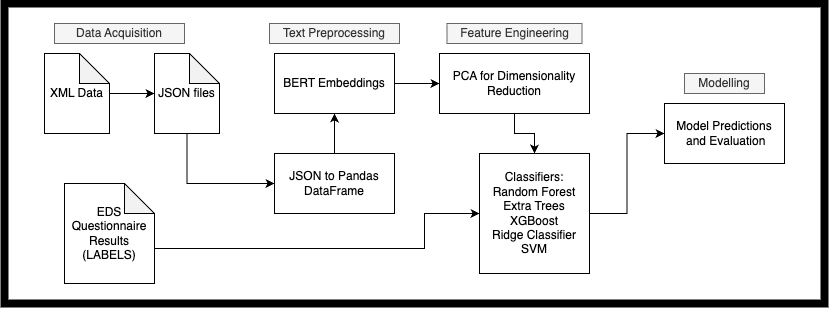
This is Task3Pipeline.png from dsgt-kaggle-clef/erisk-2024-working-notes, a draw.io export, as it was before one commit. Source tidied: cells renumbered, new cells last; positions are measured from the earlier drawing's top-left corner, leaving out a move shared by most shapes. Source of this version:
```xml
<mxGraphModel>
  <root>
    <mxCell id="0" />
    <mxCell id="1" parent="0" />
    <mxCell id="2" style="whiteSpace=wrap;html=1;strokeWidth=8;" parent="1" vertex="1">
      <mxGeometry width="820" height="300" as="geometry" />
    </mxCell>
    <mxCell id="3" value="XML Data" style="shape=note;whiteSpace=wrap;html=1;backgroundOutline=1;darkOpacity=0.05;" parent="1" vertex="1">
      <mxGeometry x="40" y="50" width="65" height="80" as="geometry" />
    </mxCell>
    <mxCell id="4" value="JSON files" style="shape=note;whiteSpace=wrap;html=1;backgroundOutline=1;darkOpacity=0.05;" parent="1" vertex="1">
      <mxGeometry x="150" y="50" width="65" height="80" as="geometry" />
    </mxCell>
    <mxCell id="5" value="BERT Embeddings" style="rounded=0;whiteSpace=wrap;html=1;" parent="1" vertex="1">
      <mxGeometry x="270" y="50" width="120" height="60" as="geometry" />
    </mxCell>
    <mxCell id="6" value="JSON to Pandas DataFrame" style="rounded=0;whiteSpace=wrap;html=1;" parent="1" vertex="1">
      <mxGeometry x="270" y="150" width="120" height="60" as="geometry" />
    </mxCell>
    <mxCell id="7" value="PCA for Dimensionality Reduction" style="rounded=0;whiteSpace=wrap;html=1;" parent="1" vertex="1">
      <mxGeometry x="435" y="50" width="150" height="60" as="geometry" />
    </mxCell>
    <mxCell id="8" value="Model Predictions&lt;div&gt;&amp;nbsp;and Evaluation&lt;/div&gt;" style="rounded=0;whiteSpace=wrap;html=1;" parent="1" vertex="1">
      <mxGeometry x="660" y="100" width="120" height="60" as="geometry" />
    </mxCell>
    <mxCell id="9" value="EDS Questionnaire Results (LABELS)" style="shape=note;whiteSpace=wrap;html=1;backgroundOutline=1;darkOpacity=0.05;" parent="1" vertex="1">
      <mxGeometry x="60" y="180" width="90" height="100" as="geometry" />
    </mxCell>
    <mxCell id="10" style="endArrow=classic;html=1;rounded=0;entryX=0;entryY=0.5;entryDx=0;entryDy=0;entryPerimeter=0;" parent="1" edge="1" source="3" target="4">
      <mxGeometry relative="1" as="geometry" />
    </mxCell>
    <mxCell id="11" style="endArrow=classic;html=1;rounded=0;entryX=0;entryY=0.5;entryDx=0;entryDy=0;exitX=0.5;exitY=1;exitDx=0;exitDy=0;exitPerimeter=0;edgeStyle=orthogonalEdgeStyle;" parent="1" edge="1" source="4" target="6">
      <mxGeometry relative="1" as="geometry" />
    </mxCell>
    <mxCell id="12" style="endArrow=classic;html=1;rounded=0;exitX=0.5;exitY=0;exitDx=0;exitDy=0;entryX=0.5;entryY=1;entryDx=0;entryDy=0;" parent="1" edge="1" source="6" target="5">
      <mxGeometry relative="1" as="geometry" />
    </mxCell>
    <mxCell id="13" style="endArrow=classic;html=1;rounded=0;exitX=1;exitY=0.5;exitDx=0;exitDy=0;entryX=0;entryY=0.5;entryDx=0;entryDy=0;" parent="1" edge="1" source="5" target="7">
      <mxGeometry relative="1" as="geometry" />
    </mxCell>
    <mxCell id="14" value="&lt;div style=&quot;&quot;&gt;&lt;span style=&quot;background-color: initial;&quot;&gt;Classifiers:&lt;/span&gt;&lt;br&gt;&lt;/div&gt;&lt;div style=&quot;&quot;&gt;Random Forest&lt;/div&gt;&lt;div style=&quot;&quot;&gt;Extra Trees&lt;/div&gt;&lt;div style=&quot;&quot;&gt;XGBoost&lt;/div&gt;&lt;div style=&quot;&quot;&gt;Ridge Classifier&lt;/div&gt;&lt;div style=&quot;&quot;&gt;SVM&lt;/div&gt;" style="rounded=0;whiteSpace=wrap;html=1;align=center;" parent="1" vertex="1">
      <mxGeometry x="475" y="150" width="110" height="120" as="geometry" />
    </mxCell>
    <mxCell id="15" style="endArrow=classic;html=1;rounded=0;edgeStyle=orthogonalEdgeStyle;exitX=0;exitY=0;exitDx=90;exitDy=65;exitPerimeter=0;entryX=0;entryY=0.5;entryDx=0;entryDy=0;" parent="1" edge="1" source="9" target="14">
      <mxGeometry relative="1" as="geometry">
        <Array as="points">
          <mxPoint x="420" y="245" />
          <mxPoint x="420" y="210" />
        </Array>
      </mxGeometry>
    </mxCell>
    <mxCell id="16" style="endArrow=classic;html=1;rounded=0;exitX=0.5;exitY=1;exitDx=0;exitDy=0;entryX=0.5;entryY=0;entryDx=0;entryDy=0;edgeStyle=orthogonalEdgeStyle;" parent="1" edge="1" source="7" target="14">
      <mxGeometry relative="1" as="geometry" />
    </mxCell>
    <mxCell id="17" style="endArrow=classic;html=1;rounded=0;exitX=1;exitY=0.5;exitDx=0;exitDy=0;entryX=0;entryY=0.5;entryDx=0;entryDy=0;edgeStyle=orthogonalEdgeStyle;" parent="1" edge="1" source="14" target="8">
      <mxGeometry relative="1" as="geometry" />
    </mxCell>
    <mxCell id="18" value="Data Acquisition" style="text;align=center;html=1;verticalAlign=middle;whiteSpace=wrap;rounded=0;fillColor=#f5f5f5;fontColor=#333333;strokeColor=#666666;" parent="1" vertex="1">
      <mxGeometry x="50" y="20" width="130" height="20" as="geometry" />
    </mxCell>
    <mxCell id="19" value="Text Preprocessing" style="text;align=center;html=1;verticalAlign=middle;whiteSpace=wrap;rounded=0;fillColor=#f5f5f5;fontColor=#333333;strokeColor=#666666;" parent="1" vertex="1">
      <mxGeometry x="265" y="20" width="130" height="20" as="geometry" />
    </mxCell>
    <mxCell id="20" value="Feature Engineering" style="text;align=center;html=1;verticalAlign=middle;whiteSpace=wrap;rounded=0;fillColor=#f5f5f5;fontColor=#333333;strokeColor=#666666;" parent="1" vertex="1">
      <mxGeometry x="442.5" y="20" width="135" height="20" as="geometry" />
    </mxCell>
    <mxCell id="21" value="Modelling" style="text;align=center;html=1;verticalAlign=middle;whiteSpace=wrap;rounded=0;fillColor=#f5f5f5;fontColor=#333333;strokeColor=#666666;" parent="1" vertex="1">
      <mxGeometry x="680" y="70" width="80" height="20" as="geometry" />
    </mxCell>
  </root>
</mxGraphModel>
```
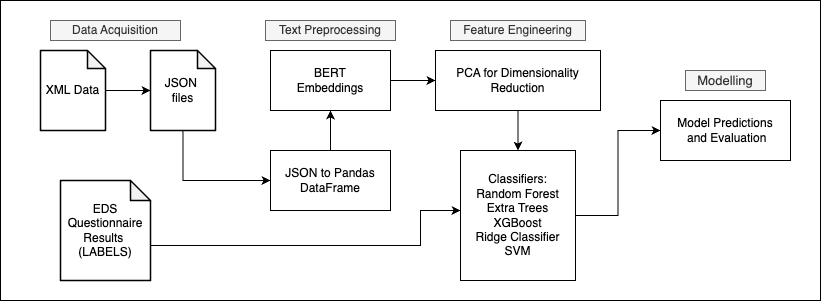
Later version of the same file.

What changed in the source:
```diff
@@ -2,28 +2,28 @@
   <root>
     <mxCell id="0" />
     <mxCell id="1" parent="0" />
-    <mxCell id="2" style="whiteSpace=wrap;html=1;strokeWidth=8;" parent="1" vertex="1">
+    <mxCell id="2" style="whiteSpace=wrap;html=1;strokeWidth=1;" parent="1" vertex="1">
       <mxGeometry width="820" height="300" as="geometry" />
     </mxCell>
-    <mxCell id="3" value="XML Data" style="shape=note;whiteSpace=wrap;html=1;backgroundOutline=1;darkOpacity=0.05;" parent="1" vertex="1">
+    <mxCell id="3" value="&lt;font style=&quot;font-size: 12px;&quot;&gt;XML&amp;nbsp;&lt;/font&gt;&lt;span style=&quot;background-color: initial;&quot;&gt;Data&lt;/span&gt;" style="shape=note;whiteSpace=wrap;html=1;backgroundOutline=1;darkOpacity=0.05;size=18;strokeWidth=1.5;" parent="1" vertex="1">
       <mxGeometry x="40" y="50" width="65" height="80" as="geometry" />
     </mxCell>
-    <mxCell id="4" value="JSON files" style="shape=note;whiteSpace=wrap;html=1;backgroundOutline=1;darkOpacity=0.05;" parent="1" vertex="1">
+    <mxCell id="4" value="&lt;font style=&quot;font-size: 12px;&quot;&gt;JSON&amp;nbsp;&lt;/font&gt;&lt;div&gt;&lt;font style=&quot;font-size: 12px;&quot;&gt;files&lt;/font&gt;&lt;/div&gt;" style="shape=note;whiteSpace=wrap;html=1;backgroundOutline=1;darkOpacity=0.05;size=18;strokeWidth=1.5;" parent="1" vertex="1">
       <mxGeometry x="150" y="50" width="65" height="80" as="geometry" />
     </mxCell>
-    <mxCell id="5" value="BERT Embeddings" style="rounded=0;whiteSpace=wrap;html=1;" parent="1" vertex="1">
+    <mxCell id="5" value="&lt;font style=&quot;font-size: 12px;&quot;&gt;BERT&lt;/font&gt;&lt;div&gt;&lt;font style=&quot;font-size: 12px;&quot;&gt;Embeddings&lt;/font&gt;&lt;/div&gt;" style="rounded=0;whiteSpace=wrap;html=1;" parent="1" vertex="1">
       <mxGeometry x="270" y="50" width="120" height="60" as="geometry" />
     </mxCell>
-    <mxCell id="6" value="JSON to Pandas DataFrame" style="rounded=0;whiteSpace=wrap;html=1;" parent="1" vertex="1">
+    <mxCell id="6" value="&lt;font style=&quot;font-size: 12px;&quot;&gt;JSON to Pandas DataFrame&lt;/font&gt;" style="rounded=0;whiteSpace=wrap;html=1;" parent="1" vertex="1">
       <mxGeometry x="270" y="150" width="120" height="60" as="geometry" />
     </mxCell>
-    <mxCell id="7" value="PCA for Dimensionality Reduction" style="rounded=0;whiteSpace=wrap;html=1;" parent="1" vertex="1">
-      <mxGeometry x="435" y="50" width="150" height="60" as="geometry" />
+    <mxCell id="7" value="&lt;font style=&quot;font-size: 12px;&quot;&gt;PCA for Dimensionality Reduction&lt;/font&gt;" style="rounded=0;whiteSpace=wrap;html=1;" parent="1" vertex="1">
+      <mxGeometry x="435" y="50" width="165" height="60" as="geometry" />
     </mxCell>
-    <mxCell id="8" value="Model Predictions&lt;div&gt;&amp;nbsp;and Evaluation&lt;/div&gt;" style="rounded=0;whiteSpace=wrap;html=1;" parent="1" vertex="1">
-      <mxGeometry x="660" y="100" width="120" height="60" as="geometry" />
+    <mxCell id="8" value="&lt;font style=&quot;font-size: 12px;&quot;&gt;Model Predictions&lt;/font&gt;&lt;div style=&quot;&quot;&gt;&lt;font style=&quot;font-size: 12px;&quot;&gt;&amp;nbsp;and Evaluation&lt;/font&gt;&lt;/div&gt;" style="rounded=0;whiteSpace=wrap;html=1;" parent="1" vertex="1">
+      <mxGeometry x="660" y="100" width="130" height="60" as="geometry" />
     </mxCell>
-    <mxCell id="9" value="EDS Questionnaire Results (LABELS)" style="shape=note;whiteSpace=wrap;html=1;backgroundOutline=1;darkOpacity=0.05;" parent="1" vertex="1">
+    <mxCell id="9" value="&lt;font style=&quot;font-size: 12px;&quot;&gt;EDS Questionnaire Results&amp;nbsp;&lt;/font&gt;&lt;div&gt;&lt;font style=&quot;font-size: 12px;&quot;&gt;(LABELS)&lt;/font&gt;&lt;/div&gt;" style="shape=note;whiteSpace=wrap;html=1;backgroundOutline=1;darkOpacity=0.05;size=20;strokeWidth=1.5;" parent="1" vertex="1">
       <mxGeometry x="60" y="180" width="90" height="100" as="geometry" />
     </mxCell>
     <mxCell id="10" style="endArrow=classic;html=1;rounded=0;entryX=0;entryY=0.5;entryDx=0;entryDy=0;entryPerimeter=0;" parent="1" edge="1" source="3" target="4">
@@ -38,11 +38,13 @@
     <mxCell id="13" style="endArrow=classic;html=1;rounded=0;exitX=1;exitY=0.5;exitDx=0;exitDy=0;entryX=0;entryY=0.5;entryDx=0;entryDy=0;" parent="1" edge="1" source="5" target="7">
       <mxGeometry relative="1" as="geometry" />
     </mxCell>
-    <mxCell id="14" value="&lt;div style=&quot;&quot;&gt;&lt;span style=&quot;background-color: initial;&quot;&gt;Classifiers:&lt;/span&gt;&lt;br&gt;&lt;/div&gt;&lt;div style=&quot;&quot;&gt;Random Forest&lt;/div&gt;&lt;div style=&quot;&quot;&gt;Extra Trees&lt;/div&gt;&lt;div style=&quot;&quot;&gt;XGBoost&lt;/div&gt;&lt;div style=&quot;&quot;&gt;Ridge Classifier&lt;/div&gt;&lt;div style=&quot;&quot;&gt;SVM&lt;/div&gt;" style="rounded=0;whiteSpace=wrap;html=1;align=center;" parent="1" vertex="1">
-      <mxGeometry x="475" y="150" width="110" height="120" as="geometry" />
+    <mxCell id="14" value="&lt;div style=&quot;&quot;&gt;&lt;font style=&quot;font-size: 12px;&quot;&gt;&lt;span style=&quot;background-color: initial;&quot;&gt;Classifiers:&lt;/span&gt;&lt;br&gt;&lt;/font&gt;&lt;/div&gt;&lt;div style=&quot;&quot;&gt;&lt;font style=&quot;font-size: 12px;&quot;&gt;Random Forest&lt;/font&gt;&lt;/div&gt;&lt;div style=&quot;&quot;&gt;&lt;font style=&quot;font-size: 12px;&quot;&gt;Extra Trees&lt;/font&gt;&lt;/div&gt;&lt;div style=&quot;&quot;&gt;&lt;font style=&quot;font-size: 12px;&quot;&gt;XGBoost&lt;/font&gt;&lt;/div&gt;&lt;div style=&quot;&quot;&gt;&lt;font style=&quot;font-size: 12px;&quot;&gt;Ridge Classifier&lt;/font&gt;&lt;/div&gt;&lt;div style=&quot;&quot;&gt;&lt;font style=&quot;font-size: 12px;&quot;&gt;SVM&lt;/font&gt;&lt;/div&gt;" style="rounded=0;whiteSpace=wrap;html=1;align=center;" parent="1" vertex="1">
+      <mxGeometry x="460" y="150" width="115" height="130" as="geometry" />
     </mxCell>
-    <mxCell id="15" style="endArrow=classic;html=1;rounded=0;edgeStyle=orthogonalEdgeStyle;exitX=0;exitY=0;exitDx=90;exitDy=65;exitPerimeter=0;entryX=0;entryY=0.5;entryDx=0;entryDy=0;" parent="1" edge="1" source="9" target="14">
+    <mxCell id="15" style="endArrow=classic;html=1;rounded=0;edgeStyle=orthogonalEdgeStyle;" parent="1" edge="1">
       <mxGeometry relative="1" as="geometry">
+        <mxPoint x="150" y="245" as="sourcePoint" />
+        <mxPoint x="460" y="210" as="targetPoint" />
         <Array as="points">
           <mxPoint x="420" y="245" />
           <mxPoint x="420" y="210" />
@@ -55,17 +57,17 @@
     <mxCell id="17" style="endArrow=classic;html=1;rounded=0;exitX=1;exitY=0.5;exitDx=0;exitDy=0;entryX=0;entryY=0.5;entryDx=0;entryDy=0;edgeStyle=orthogonalEdgeStyle;" parent="1" edge="1" source="14" target="8">
       <mxGeometry relative="1" as="geometry" />
     </mxCell>
-    <mxCell id="18" value="Data Acquisition" style="text;align=center;html=1;verticalAlign=middle;whiteSpace=wrap;rounded=0;fillColor=#f5f5f5;fontColor=#333333;strokeColor=#666666;" parent="1" vertex="1">
+    <mxCell id="18" value="&lt;font style=&quot;font-size: 12px;&quot;&gt;Data Acquisition&lt;/font&gt;" style="text;align=center;html=1;verticalAlign=middle;whiteSpace=wrap;rounded=0;fillColor=#f5f5f5;fontColor=#333333;strokeColor=#666666;" parent="1" vertex="1">
       <mxGeometry x="50" y="20" width="130" height="20" as="geometry" />
     </mxCell>
-    <mxCell id="19" value="Text Preprocessing" style="text;align=center;html=1;verticalAlign=middle;whiteSpace=wrap;rounded=0;fillColor=#f5f5f5;fontColor=#333333;strokeColor=#666666;" parent="1" vertex="1">
+    <mxCell id="19" value="&lt;font style=&quot;font-size: 12px;&quot;&gt;Text Preprocessing&lt;/font&gt;" style="text;align=center;html=1;verticalAlign=middle;whiteSpace=wrap;rounded=0;fillColor=#f5f5f5;fontColor=#333333;strokeColor=#666666;" parent="1" vertex="1">
       <mxGeometry x="265" y="20" width="130" height="20" as="geometry" />
     </mxCell>
-    <mxCell id="20" value="Feature Engineering" style="text;align=center;html=1;verticalAlign=middle;whiteSpace=wrap;rounded=0;fillColor=#f5f5f5;fontColor=#333333;strokeColor=#666666;" parent="1" vertex="1">
-      <mxGeometry x="442.5" y="20" width="135" height="20" as="geometry" />
+    <mxCell id="20" value="&lt;font style=&quot;font-size: 12px;&quot;&gt;Feature Engineering&lt;/font&gt;" style="text;align=center;html=1;verticalAlign=middle;whiteSpace=wrap;rounded=0;fillColor=#f5f5f5;fontColor=#333333;strokeColor=#666666;" parent="1" vertex="1">
+      <mxGeometry x="450" y="20" width="135" height="20" as="geometry" />
     </mxCell>
-    <mxCell id="21" value="Modelling" style="text;align=center;html=1;verticalAlign=middle;whiteSpace=wrap;rounded=0;fillColor=#f5f5f5;fontColor=#333333;strokeColor=#666666;" parent="1" vertex="1">
-      <mxGeometry x="680" y="70" width="80" height="20" as="geometry" />
+    <mxCell id="21" value="&lt;font style=&quot;font-size: 13px;&quot;&gt;Modelling&lt;/font&gt;" style="text;align=center;html=1;verticalAlign=middle;whiteSpace=wrap;rounded=0;fillColor=#f5f5f5;fontColor=#333333;strokeColor=#666666;" parent="1" vertex="1">
+      <mxGeometry x="685" y="70" width="80" height="20" as="geometry" />
     </mxCell>
   </root>
 </mxGraphModel>
```
